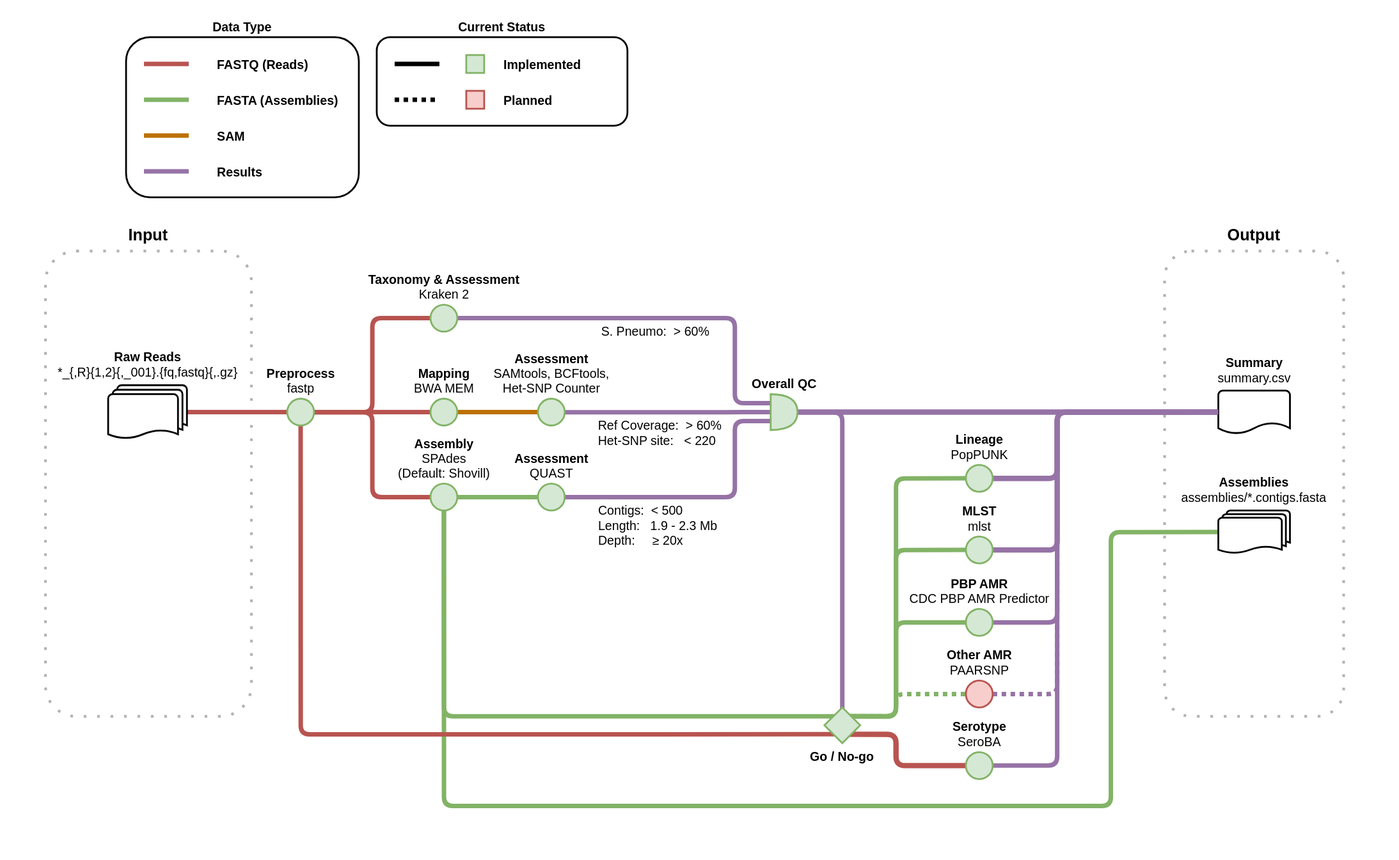
sanger-bentley-group/gps-pipeline keeps this draw.io diagram as doc/workflow.drawio.svg. Above is the earlier version. Source tidied: cells renumbered, new cells last; positions are measured from the earlier drawing's top-left corner, leaving out a move shared by most shapes.
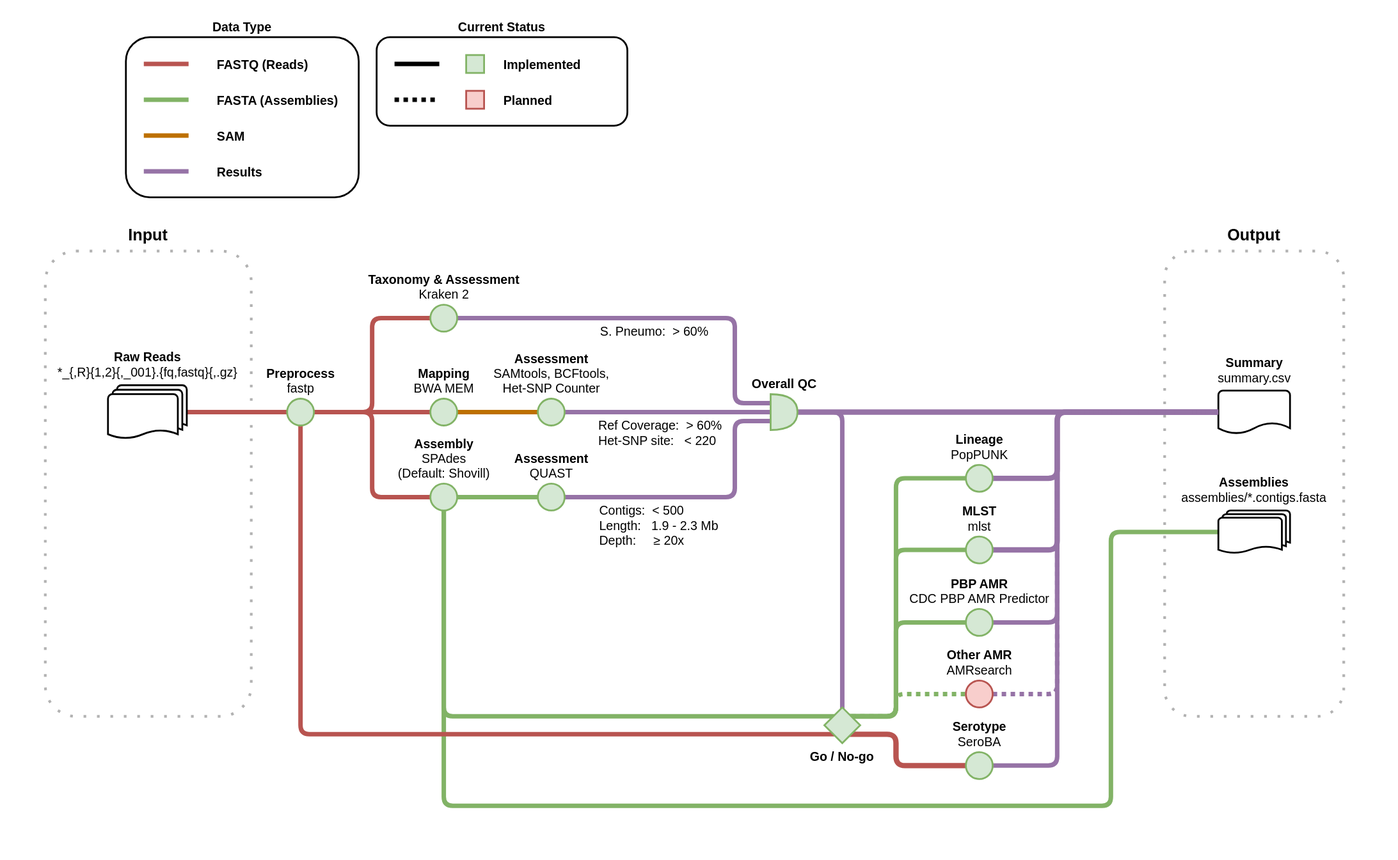
Later version of the same file.

Commit message:
Update tool name

The edit, as a diff of the source:
```diff
@@ -300,7 +300,7 @@
         </Array>
       </mxGeometry>
     </mxCell>
-    <mxCell id="63" value="&lt;b&gt;Other AMR&lt;/b&gt;&lt;br&gt;PAARSNP" style="ellipse;html=1;strokeWidth=2;labelPosition=center;verticalLabelPosition=top;align=center;verticalAlign=bottom;fillColor=#f8cecc;strokeColor=#b85450;rounded=1;fontSize=14;" parent="1" vertex="1">
+    <mxCell id="63" value="&lt;b&gt;Other AMR&lt;/b&gt;&lt;br&gt;AMRsearch" style="ellipse;html=1;strokeWidth=2;labelPosition=center;verticalLabelPosition=top;align=center;verticalAlign=bottom;fillColor=#f8cecc;strokeColor=#b85450;rounded=1;fontSize=14;" parent="1" vertex="1">
       <mxGeometry x="1078" y="760" width="30" height="30" as="geometry" />
     </mxCell>
   </root>
```
